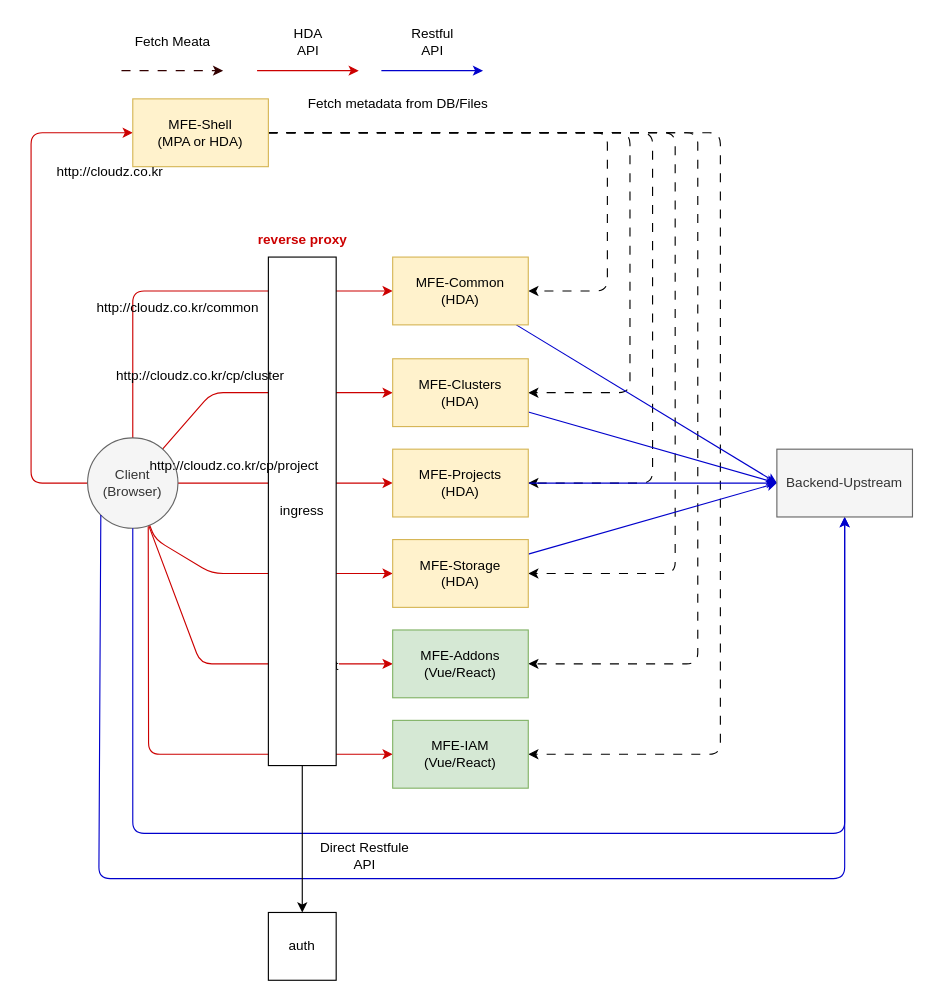
Before: doc/architecture/mfe.drawio in iamnogada/mfe-conesole-ui, a draw.io diagram. Source tidied: cells renumbered, new cells numbered last; positions are measured from the earlier drawing's top-left corner, leaving out a move shared by most shapes. Both pictures are drawn from the tidied source at 113%, with x=0, y=0 at pixel (19, 19).
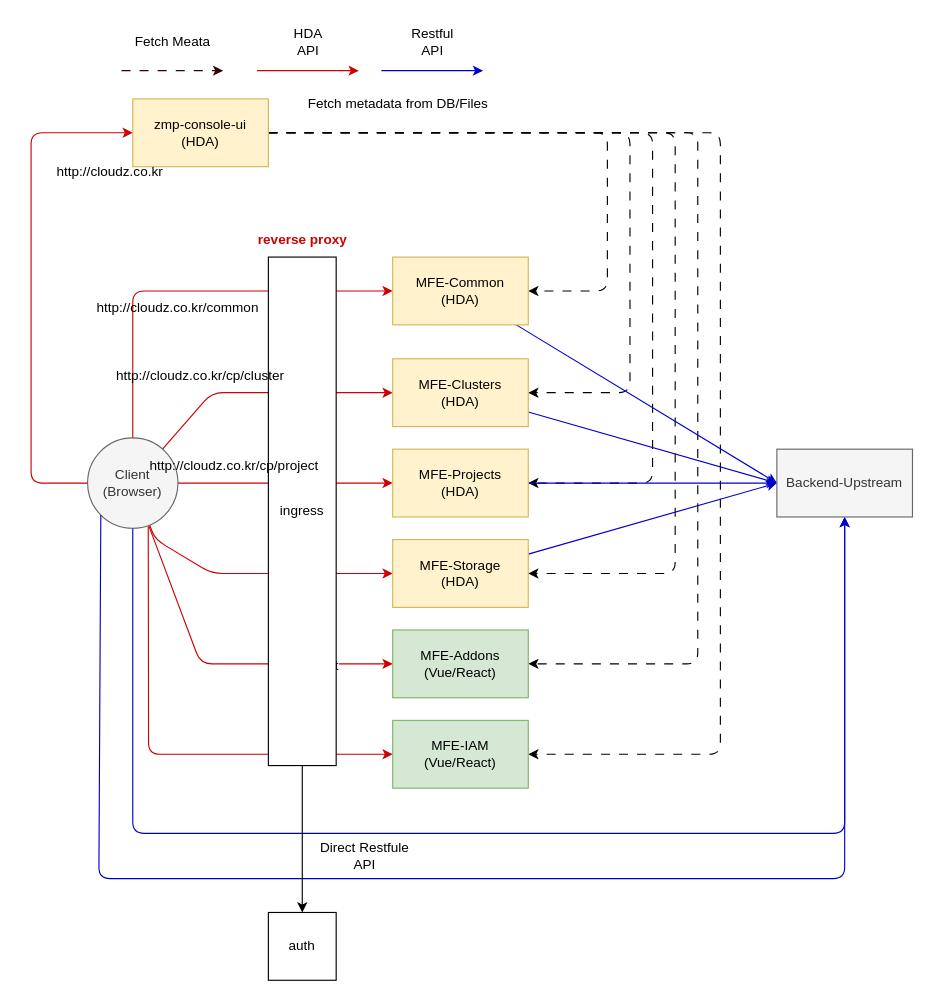
The same page after the edit.

The edit, as a diff of the source:
```diff
@@
-    <mxCell id="17" value="MFE-Shell&lt;br&gt;(MPA or HDA)" style="rounded=0;whiteSpace=wrap;html=1;fillColor=#fff2cc;strokeColor=#d6b656;" parent="1" vertex="1">
+    <mxCell id="17" value="zmp-console-ui&lt;br&gt;(HDA)" style="rounded=0;whiteSpace=wrap;html=1;fillColor=#fff2cc;strokeColor=#d6b656;" parent="1" vertex="1">
       <mxGeometry x="100" y="70" width="120" height="60" as="geometry" />
     </mxCell>
```
